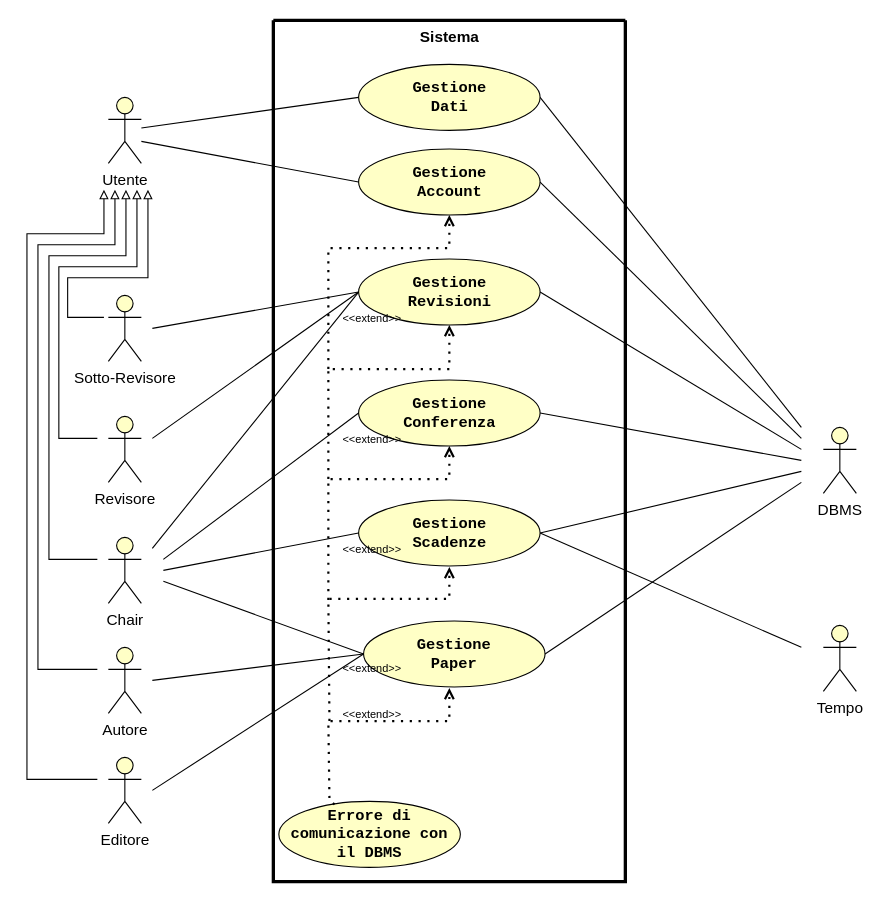
Earlier version of the draw.io diagram RAD/raw/VistaInsieme.drawio (Gabro29/IngegneriaSoftware). Source tidied: cells renumbered, new cells numbered last; positions are measured from the earlier drawing's top-left corner, leaving out a move shared by most shapes. Both pictures are drawn from the tidied source at 110%, with x=0, y=0 at pixel (26, 20).
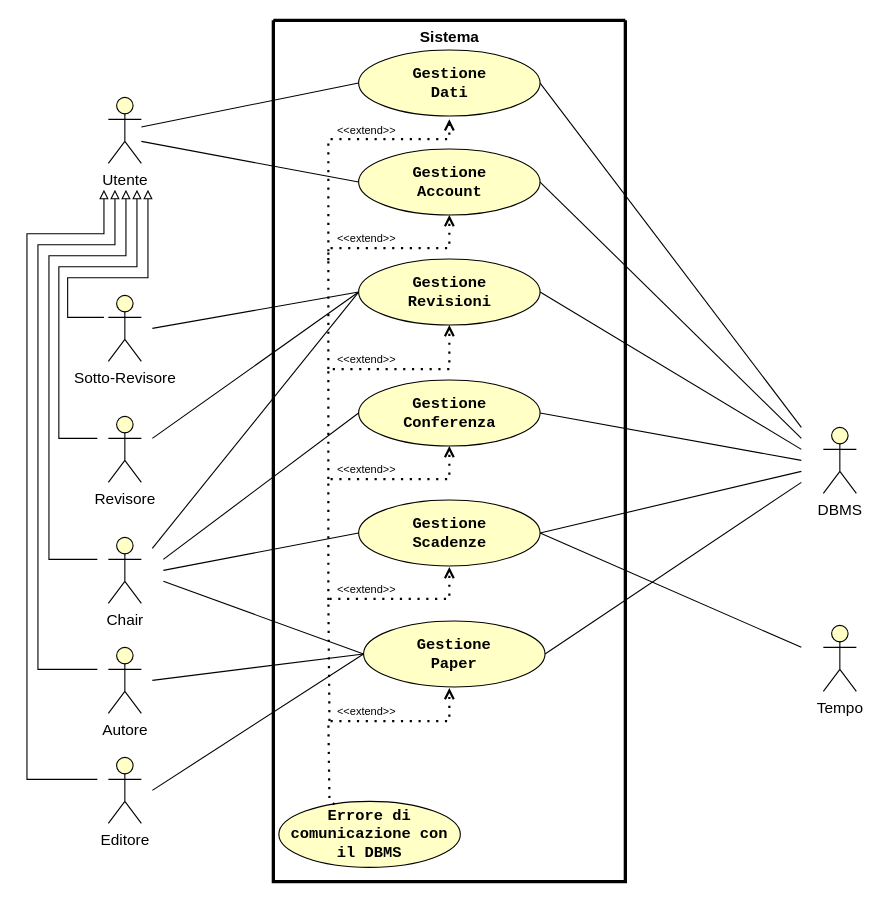
The same diagram, later.

Unchanged cells that the change refers to:
```xml
<mxCell id="2" style="swimlane;startSize=0;swimlaneFillColor=none;strokeWidth=3;strokeColor=light-dark(#000000,#000000);labelBackgroundColor=none;fontColor=light-dark(#000000,#000000);fillColor=default;" parent="1" vertex="1">
  <mxGeometry x="224" width="320" height="783" as="geometry" />
</mxCell>
```

Change to the diagram source:
```diff
@@
     <mxCell id="14" value="&lt;font style=&quot;color: light-dark(rgb(0, 0, 0), rgb(0, 0, 0)); font-size: 10px;&quot;&gt;&amp;lt;&amp;lt;extend&amp;gt;&amp;gt;&lt;/font&gt;" style="text;html=1;align=center;verticalAlign=middle;whiteSpace=wrap;rounded=0;" parent="2" vertex="1">
-      <mxGeometry x="59.5" y="626" width="60" height="10" as="geometry" />
+      <mxGeometry x="54.5" y="623" width="60" height="10" as="geometry" />
     </mxCell>
@@
     <mxCell id="16" value="&lt;font style=&quot;color: light-dark(rgb(0, 0, 0), rgb(0, 0, 0)); font-size: 14px;&quot; face=&quot;Courier New&quot;&gt;&lt;b&gt;Gestione&lt;/b&gt;&lt;/font&gt;&lt;div&gt;&lt;font style=&quot;color: light-dark(rgb(0, 0, 0), rgb(0, 0, 0)); font-size: 14px;&quot; face=&quot;Courier New&quot;&gt;&lt;b&gt;Dati&lt;/b&gt;&lt;/font&gt;&lt;/div&gt;" style="ellipse;whiteSpace=wrap;html=1;fillColor=light-dark(#FFFFC6,#FDF89C);strokeColor=light-dark(#000000,#000000);gradientColor=none;" parent="2" vertex="1">
-      <mxGeometry x="77.5" y="40" width="165" height="60" as="geometry" />
+      <mxGeometry x="77.5" y="27" width="165" height="60" as="geometry" />
     </mxCell>
+    <mxCell id="51" value="&lt;font style=&quot;color: light-dark(rgb(0, 0, 0), rgb(0, 0, 0)); font-size: 10px;&quot;&gt;&amp;lt;&amp;lt;extend&amp;gt;&amp;gt;&lt;/font&gt;" style="text;html=1;align=center;verticalAlign=middle;whiteSpace=wrap;rounded=0;" parent="2" vertex="1">
+      <mxGeometry x="54.5" y="95" width="60" height="10" as="geometry" />
+    </mxCell>
+    <mxCell id="45" value="&lt;font style=&quot;color: light-dark(rgb(0, 0, 0), rgb(0, 0, 0)); font-size: 10px;&quot;&gt;&amp;lt;&amp;lt;extend&amp;gt;&amp;gt;&lt;/font&gt;" style="text;html=1;align=center;verticalAlign=middle;whiteSpace=wrap;rounded=0;" parent="2" vertex="1">
+      <mxGeometry x="54.5" y="193" width="60" height="10" as="geometry" />
+    </mxCell>
+    <mxCell id="52" value="&lt;font style=&quot;color: light-dark(rgb(0, 0, 0), rgb(0, 0, 0)); font-size: 10px;&quot;&gt;&amp;lt;&amp;lt;extend&amp;gt;&amp;gt;&lt;/font&gt;" style="text;html=1;align=center;verticalAlign=middle;whiteSpace=wrap;rounded=0;" parent="2" vertex="1">
+      <mxGeometry x="54.5" y="303" width="60" height="10" as="geometry" />
+    </mxCell>
+    <mxCell id="44" value="&lt;font style=&quot;color: light-dark(rgb(0, 0, 0), rgb(0, 0, 0)); font-size: 10px;&quot;&gt;&amp;lt;&amp;lt;extend&amp;gt;&amp;gt;&lt;/font&gt;" style="text;html=1;align=center;verticalAlign=middle;whiteSpace=wrap;rounded=0;" parent="2" vertex="1">
+      <mxGeometry x="54.5" y="403" width="60" height="10" as="geometry" />
+    </mxCell>
+    <mxCell id="43" value="&lt;font style=&quot;color: light-dark(rgb(0, 0, 0), rgb(0, 0, 0)); font-size: 10px;&quot;&gt;&amp;lt;&amp;lt;extend&amp;gt;&amp;gt;&lt;/font&gt;" style="text;html=1;align=center;verticalAlign=middle;whiteSpace=wrap;rounded=0;" parent="2" vertex="1">
+      <mxGeometry x="54.5" y="512" width="60" height="10" as="geometry" />
+    </mxCell>
@@
-    <mxCell id="42" value="&lt;font style=&quot;color: light-dark(rgb(0, 0, 0), rgb(0, 0, 0)); font-size: 10px;&quot;&gt;&amp;lt;&amp;lt;extend&amp;gt;&amp;gt;&lt;/font&gt;" style="text;html=1;align=center;verticalAlign=middle;whiteSpace=wrap;rounded=0;" parent="1" vertex="1">
-      <mxGeometry x="283.5" y="584" width="60" height="10" as="geometry" />
-    </mxCell>
-    <mxCell id="43" value="&lt;font style=&quot;color: light-dark(rgb(0, 0, 0), rgb(0, 0, 0)); font-size: 10px;&quot;&gt;&amp;lt;&amp;lt;extend&amp;gt;&amp;gt;&lt;/font&gt;" style="text;html=1;align=center;verticalAlign=middle;whiteSpace=wrap;rounded=0;" parent="1" vertex="1">
-      <mxGeometry x="283.5" y="476" width="60" height="10" as="geometry" />
-    </mxCell>
-    <mxCell id="44" value="&lt;font style=&quot;color: light-dark(rgb(0, 0, 0), rgb(0, 0, 0)); font-size: 10px;&quot;&gt;&amp;lt;&amp;lt;extend&amp;gt;&amp;gt;&lt;/font&gt;" style="text;html=1;align=center;verticalAlign=middle;whiteSpace=wrap;rounded=0;" parent="1" vertex="1">
-      <mxGeometry x="283.5" y="376" width="60" height="10" as="geometry" />
-    </mxCell>
-    <mxCell id="45" value="&lt;font style=&quot;color: light-dark(rgb(0, 0, 0), rgb(0, 0, 0)); font-size: 10px;&quot;&gt;&amp;lt;&amp;lt;extend&amp;gt;&amp;gt;&lt;/font&gt;" style="text;html=1;align=center;verticalAlign=middle;whiteSpace=wrap;rounded=0;" parent="1" vertex="1">
-      <mxGeometry x="283.5" y="266" width="60" height="10" as="geometry" />
-    </mxCell>
@@
+    <mxCell id="53" style="endArrow=open;dashed=1;html=1;dashPattern=1 3;strokeWidth=2;rounded=0;strokeColor=light-dark(#000000,#000000);endFill=0;" parent="1" edge="1">
+      <mxGeometry relative="1" as="geometry">
+        <mxPoint x="274" y="218" as="sourcePoint" />
+        <mxPoint x="384" y="90" as="targetPoint" />
+        <Array as="points">
+          <mxPoint x="274" y="108" />
+          <mxPoint x="384" y="108" />
+        </Array>
+      </mxGeometry>
+    </mxCell>
```
